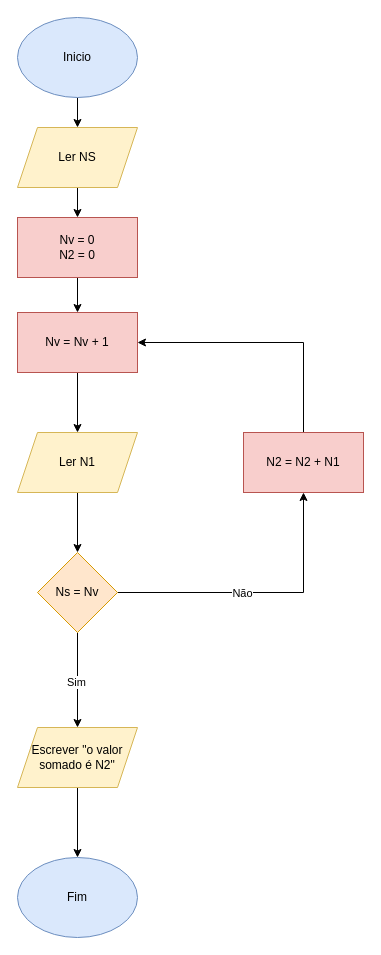
Above: Fluxograma6.drawio in Kinner25/Fluxogramas (draw.io), before the change. Source tidied: cells renumbered, new cells numbered last; positions are measured from the earlier drawing's top-left corner, leaving out a move shared by most shapes. Both pictures are drawn from the tidied source at 100%, with x=0, y=0 at pixel (17, 17).
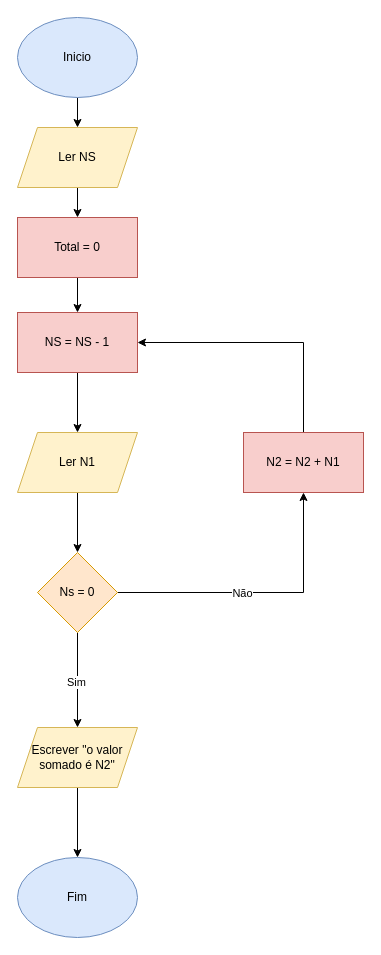
The same diagram, later.

Change to the diagram source:
```diff
@@
-    <mxCell id="8" value="Nv = 0&lt;div&gt;N2 = 0&lt;/div&gt;" style="rounded=0;whiteSpace=wrap;html=1;fillColor=#f8cecc;strokeColor=#b85450;" parent="1" vertex="1">
+    <mxCell id="8" value="&lt;div&gt;Total = 0&lt;/div&gt;" style="rounded=0;whiteSpace=wrap;html=1;fillColor=#f8cecc;strokeColor=#b85450;" parent="1" vertex="1">
       <mxGeometry y="200" width="120" height="60" as="geometry" />
     </mxCell>
@@
-    <mxCell id="10" value="Nv = Nv + 1" style="rounded=0;whiteSpace=wrap;html=1;fillColor=#f8cecc;strokeColor=#b85450;" parent="1" vertex="1">
+    <mxCell id="10" value="NS = NS - 1" style="rounded=0;whiteSpace=wrap;html=1;fillColor=#f8cecc;strokeColor=#b85450;" parent="1" vertex="1">
       <mxGeometry y="295" width="120" height="60" as="geometry" />
     </mxCell>
@@
-    <mxCell id="15" value="Ns = Nv" style="rhombus;whiteSpace=wrap;html=1;shapeInside=1;fillColor=#ffe6cc;strokeColor=#d79b00;" parent="1" vertex="1">
+    <mxCell id="15" value="Ns = 0" style="rhombus;whiteSpace=wrap;html=1;shapeInside=1;fillColor=#ffe6cc;strokeColor=#d79b00;" parent="1" vertex="1">
       <mxGeometry x="20" y="535" width="80" height="80" as="geometry" />
     </mxCell>
```
